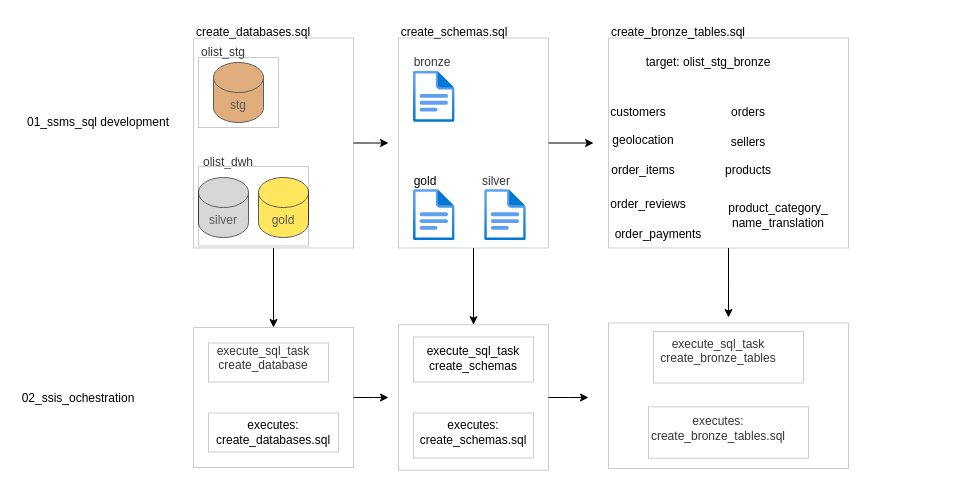
Rofhiwa-Muthivhi/olist_dwh_solution keeps this draw.io diagram as 02_documentation/ssis_flow.drawio. Above is the earlier version. Source tidied: cells renumbered, new cells numbered last; positions are measured from the earlier drawing's top-left corner, leaving out a move shared by most shapes. Both pictures are drawn from the tidied source at 100%, with x=0, y=0 at pixel (18, 17).
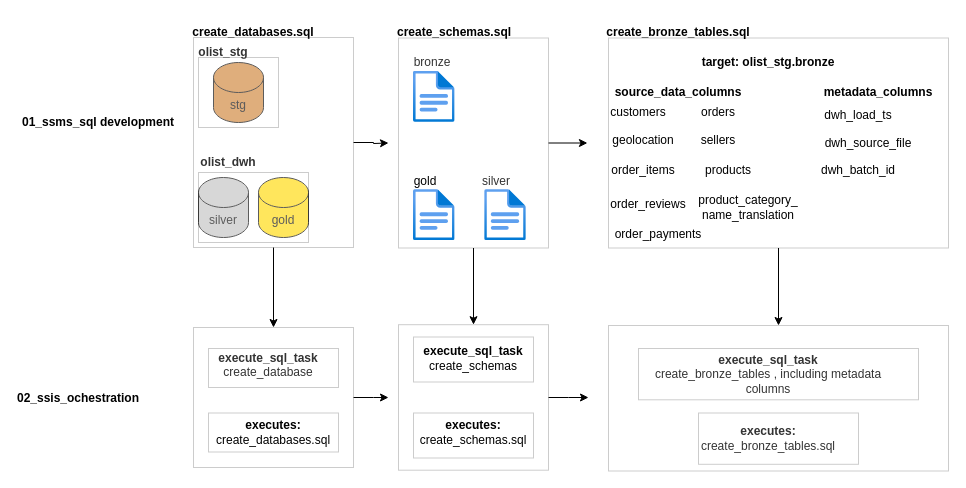
After the change.

Commit message (it also covers changes not shown here):
Update ssis workflow diagram to include bronze metadata columns.

What changed in the source:
```diff
@@
-    <mxCell id="4" value="olist_stg" style="text;html=1;whiteSpace=wrap;strokeColor=none;fillColor=none;align=center;verticalAlign=middle;rounded=0;" parent="1" vertex="1">
+    <mxCell id="4" value="&lt;b&gt;olist_stg&lt;/b&gt;" style="text;html=1;whiteSpace=wrap;strokeColor=none;fillColor=none;align=center;verticalAlign=middle;rounded=0;" parent="1" vertex="1">
       <mxGeometry x="175" y="20" width="60" height="30" as="geometry" />
     </mxCell>
@@
-    <mxCell id="8" value="olist_dwh" style="text;html=1;whiteSpace=wrap;strokeColor=none;fillColor=none;align=center;verticalAlign=middle;rounded=0;" parent="1" vertex="1">
+    <mxCell id="8" value="&lt;b&gt;olist_dwh&lt;/b&gt;" style="text;html=1;whiteSpace=wrap;strokeColor=none;fillColor=none;align=center;verticalAlign=middle;rounded=0;" parent="1" vertex="1">
       <mxGeometry x="180" y="130" width="60" height="30" as="geometry" />
     </mxCell>
-    <mxCell id="9" value="01_ssms_sql development" style="text;html=1;whiteSpace=wrap;strokeColor=none;fillColor=none;align=center;verticalAlign=middle;rounded=0;" parent="1" vertex="1">
+    <mxCell id="9" value="&lt;b&gt;01_ssms_sql development&lt;/b&gt;" style="text;html=1;whiteSpace=wrap;strokeColor=none;fillColor=none;align=center;verticalAlign=middle;rounded=0;" parent="1" vertex="1">
       <mxGeometry y="90" width="160" height="30" as="geometry" />
     </mxCell>
-    <mxCell id="10" value="create_databases.sql" style="text;html=1;whiteSpace=wrap;strokeColor=none;fillColor=none;align=center;verticalAlign=middle;rounded=0;" parent="1" vertex="1">
+    <mxCell id="10" value="&lt;b&gt;create_databases.sql&lt;/b&gt;" style="text;html=1;whiteSpace=wrap;strokeColor=none;fillColor=none;align=center;verticalAlign=middle;rounded=0;" parent="1" vertex="1">
       <mxGeometry x="205" width="60" height="30" as="geometry" />
     </mxCell>
-    <mxCell id="11" value="create_schemas.sql" style="text;html=1;whiteSpace=wrap;strokeColor=none;fillColor=none;align=center;verticalAlign=middle;rounded=0;" parent="1" vertex="1">
+    <mxCell id="11" value="&lt;b&gt;create_schemas.sql&lt;/b&gt;" style="text;html=1;whiteSpace=wrap;strokeColor=none;fillColor=none;align=center;verticalAlign=middle;rounded=0;" parent="1" vertex="1">
       <mxGeometry x="406.2" width="60" height="30" as="geometry" />
     </mxCell>
@@
     <mxCell id="14" style="rounded=0;whiteSpace=wrap;html=1;opacity=20;opacityGroup=1;" parent="1" vertex="1">
-      <mxGeometry x="175" y="20.5" width="160" height="210" as="geometry" />
+      <mxGeometry x="175" y="20" width="160" height="210" as="geometry" />
     </mxCell>
     <mxCell id="15" style="rounded=0;whiteSpace=wrap;html=1;opacity=20;opacityGroup=1;" parent="1" vertex="1">
-      <mxGeometry x="180" y="149" width="110" height="79.5" as="geometry" />
+      <mxGeometry x="180" y="155" width="110" height="70" as="geometry" />
     </mxCell>
@@
-    <mxCell id="21" value="02_ssis_ochestration" style="text;html=1;whiteSpace=wrap;strokeColor=none;fillColor=none;align=center;verticalAlign=middle;rounded=0;" parent="1" vertex="1">
+    <mxCell id="21" value="&lt;b&gt;02_ssis_ochestration&lt;/b&gt;" style="text;html=1;whiteSpace=wrap;strokeColor=none;fillColor=none;align=center;verticalAlign=middle;rounded=0;" parent="1" vertex="1">
       <mxGeometry x="30" y="365.5" width="60" height="30" as="geometry" />
     </mxCell>
@@
-    <mxCell id="24" value="execute_sql_task&lt;div&gt;create_database&lt;/div&gt;&lt;div&gt;&lt;br&gt;&lt;/div&gt;&lt;div&gt;&lt;br&gt;&lt;/div&gt;" style="text;html=1;whiteSpace=wrap;strokeColor=none;fillColor=none;align=center;verticalAlign=middle;rounded=0;" parent="1" vertex="1">
-      <mxGeometry x="200" y="340" width="90" height="30" as="geometry" />
+    <mxCell id="24" value="&lt;b&gt;execute_sql_task&lt;/b&gt;&lt;div&gt;create_database&lt;/div&gt;&lt;div&gt;&lt;br&gt;&lt;/div&gt;&lt;div&gt;&lt;br&gt;&lt;/div&gt;" style="text;html=1;whiteSpace=wrap;strokeColor=none;fillColor=none;align=center;verticalAlign=middle;rounded=0;" parent="1" vertex="1">
+      <mxGeometry x="205" y="346.8" width="90" height="30" as="geometry" />
     </mxCell>
     <mxCell id="25" style="rounded=0;whiteSpace=wrap;html=1;opacity=20;opacityGroup=1;" parent="1" vertex="1">
-      <mxGeometry x="190" y="325.5" width="120" height="39" as="geometry" />
+      <mxGeometry x="190" y="331" width="130" height="39" as="geometry" />
     </mxCell>
@@
-    <mxCell id="27" value="executes:&lt;div&gt;create_databases.sql&lt;/div&gt;" style="text;html=1;whiteSpace=wrap;strokeColor=none;fillColor=none;align=center;verticalAlign=middle;rounded=0;" parent="1" vertex="1">
+    <mxCell id="27" value="&lt;b&gt;executes:&lt;/b&gt;&lt;div&gt;create_databases.sql&lt;/div&gt;" style="text;html=1;whiteSpace=wrap;strokeColor=none;fillColor=none;align=center;verticalAlign=middle;rounded=0;" parent="1" vertex="1">
       <mxGeometry x="225" y="400" width="60" height="30" as="geometry" />
     </mxCell>
@@
-    <mxCell id="32" value="execute_sql_task&lt;div&gt;create_schemas&lt;/div&gt;" style="text;html=1;whiteSpace=wrap;strokeColor=none;fillColor=none;align=center;verticalAlign=middle;rounded=0;" parent="1" vertex="1">
+    <mxCell id="32" value="&lt;b&gt;execute_sql_task&lt;/b&gt;&lt;div&gt;create_schemas&lt;/div&gt;" style="text;html=1;whiteSpace=wrap;strokeColor=none;fillColor=none;align=center;verticalAlign=middle;rounded=0;" parent="1" vertex="1">
       <mxGeometry x="425" y="325.5" width="60" height="30" as="geometry" />
     </mxCell>
-    <mxCell id="33" value="executes:&lt;div&gt;create_schemas.sql&lt;/div&gt;" style="text;html=1;whiteSpace=wrap;strokeColor=none;fillColor=none;align=center;verticalAlign=middle;rounded=0;" parent="1" vertex="1">
+    <mxCell id="33" value="&lt;b&gt;executes:&lt;/b&gt;&lt;div&gt;create_schemas.sql&lt;/div&gt;" style="text;html=1;whiteSpace=wrap;strokeColor=none;fillColor=none;align=center;verticalAlign=middle;rounded=0;" parent="1" vertex="1">
       <mxGeometry x="425" y="400" width="60" height="30" as="geometry" />
     </mxCell>
@@
-    <mxCell id="36" style="edgeStyle=orthogonalEdgeStyle;rounded=0;jettySize=auto;html=1;defaultLabelBackgroundColor=page;" parent="1" edge="1" source="37">
-      <mxGeometry relative="1" as="geometry">
-        <mxPoint x="710" y="300" as="targetPoint" />
-      </mxGeometry>
-    </mxCell>
+    <mxCell id="55" style="edgeStyle=orthogonalEdgeStyle;rounded=0;jettySize=auto;html=1;defaultLabelBackgroundColor=page;" parent="1" edge="1" source="37" target="38">
+      <mxGeometry relative="1" as="geometry" />
+    </mxCell>
     <mxCell id="37" style="rounded=0;whiteSpace=wrap;html=1;opacity=20;opacityGroup=1;" parent="1" vertex="1">
-      <mxGeometry x="590" y="20.5" width="240" height="210" as="geometry" />
+      <mxGeometry x="590" y="20.5" width="340" height="210" as="geometry" />
     </mxCell>
     <mxCell id="38" style="rounded=0;whiteSpace=wrap;html=1;opacity=20;opacityGroup=1;" parent="1" vertex="1">
-      <mxGeometry x="590" y="305.5" width="240" height="145.5" as="geometry" />
+      <mxGeometry x="590" y="308" width="340" height="145.5" as="geometry" />
     </mxCell>
@@
-    <mxCell id="40" value="create_bronze_tables.sql" style="text;html=1;whiteSpace=wrap;strokeColor=none;fillColor=none;align=center;verticalAlign=middle;rounded=0;" parent="1" vertex="1">
+    <mxCell id="40" value="&lt;b&gt;create_bronze_tables.sql&lt;/b&gt;" style="text;html=1;whiteSpace=wrap;strokeColor=none;fillColor=none;align=center;verticalAlign=middle;rounded=0;" parent="1" vertex="1">
       <mxGeometry x="630" width="60" height="30" as="geometry" />
     </mxCell>
@@
     <mxCell id="43" value="orders" style="text;html=1;whiteSpace=wrap;strokeColor=none;fillColor=none;align=center;verticalAlign=middle;rounded=0;" parent="1" vertex="1">
-      <mxGeometry x="700" y="80" width="60" height="30" as="geometry" />
+      <mxGeometry x="670" y="80" width="60" height="30" as="geometry" />
     </mxCell>
@@
     <mxCell id="45" value="products" style="text;html=1;whiteSpace=wrap;strokeColor=none;fillColor=none;align=center;verticalAlign=middle;rounded=0;" parent="1" vertex="1">
-      <mxGeometry x="700" y="138" width="60" height="30" as="geometry" />
+      <mxGeometry x="680" y="138" width="60" height="30" as="geometry" />
     </mxCell>
@@
     <mxCell id="47" value="sellers" style="text;html=1;whiteSpace=wrap;strokeColor=none;fillColor=none;align=center;verticalAlign=middle;rounded=0;" parent="1" vertex="1">
-      <mxGeometry x="700" y="110" width="60" height="30" as="geometry" />
+      <mxGeometry x="670" y="108" width="60" height="30" as="geometry" />
     </mxCell>
     <mxCell id="48" value="product_category_&lt;div&gt;name_translation&lt;/div&gt;" style="text;html=1;whiteSpace=wrap;strokeColor=none;fillColor=none;align=center;verticalAlign=middle;rounded=0;" parent="1" vertex="1">
-      <mxGeometry x="730" y="182.7" width="60" height="30" as="geometry" />
+      <mxGeometry x="700" y="175" width="60" height="30" as="geometry" />
     </mxCell>
@@
-    <mxCell id="50" value="execute_sql_task&lt;div&gt;create_bronze_tables&lt;br&gt;&lt;div&gt;&lt;br&gt;&lt;/div&gt;&lt;/div&gt;" style="text;html=1;whiteSpace=wrap;strokeColor=none;fillColor=none;align=center;verticalAlign=middle;rounded=0;" parent="1" vertex="1">
-      <mxGeometry x="670" y="325.5" width="60" height="30" as="geometry" />
+    <mxCell id="50" value="&lt;b&gt;execute_sql_task&lt;/b&gt;&lt;div&gt;create_bronze_tables , including metadata columns&lt;/div&gt;" style="text;html=1;whiteSpace=wrap;strokeColor=none;fillColor=none;align=center;verticalAlign=middle;rounded=0;" parent="1" vertex="1">
+      <mxGeometry x="620" y="341.7" width="260" height="30" as="geometry" />
     </mxCell>
-    <mxCell id="51" value="executes:&lt;div&gt;create_bronze_tables.sql&lt;/div&gt;" style="text;html=1;whiteSpace=wrap;strokeColor=none;fillColor=none;align=center;verticalAlign=middle;rounded=0;" parent="1" vertex="1">
-      <mxGeometry x="670" y="395.5" width="60" height="30" as="geometry" />
+    <mxCell id="51" value="&lt;b&gt;executes:&lt;/b&gt;&lt;div&gt;create_bronze_tables.sql&lt;/div&gt;" style="text;html=1;whiteSpace=wrap;strokeColor=none;fillColor=none;align=center;verticalAlign=middle;rounded=0;" parent="1" vertex="1">
+      <mxGeometry x="720" y="406.2" width="60" height="30" as="geometry" />
     </mxCell>
     <mxCell id="52" style="rounded=0;whiteSpace=wrap;html=1;opacity=20;opacityGroup=1;" parent="1" vertex="1">
-      <mxGeometry x="630" y="389.3" width="160" height="51.3" as="geometry" />
+      <mxGeometry x="680" y="395.5" width="160" height="51.3" as="geometry" />
     </mxCell>
     <mxCell id="53" style="rounded=0;whiteSpace=wrap;html=1;opacity=20;opacityGroup=1;" parent="1" vertex="1">
-      <mxGeometry x="635" y="314.2" width="150" height="51.3" as="geometry" />
+      <mxGeometry x="620" y="331" width="280" height="51.3" as="geometry" />
     </mxCell>
-    <mxCell id="54" value="target: olist_stg_bronze" style="text;html=1;whiteSpace=wrap;strokeColor=none;fillColor=none;align=center;verticalAlign=middle;rounded=0;" parent="1" vertex="1">
-      <mxGeometry x="610" y="30" width="160" height="30" as="geometry" />
+    <mxCell id="54" value="&lt;b&gt;target: olist_stg.bronze&lt;/b&gt;" style="text;html=1;whiteSpace=wrap;strokeColor=none;fillColor=none;align=center;verticalAlign=middle;rounded=0;" parent="1" vertex="1">
+      <mxGeometry x="670" y="30" width="160" height="30" as="geometry" />
     </mxCell>
+    <mxCell id="56" value="&lt;b&gt;source_data_columns&lt;/b&gt;" style="text;html=1;whiteSpace=wrap;strokeColor=none;fillColor=none;align=center;verticalAlign=middle;rounded=0;" parent="1" vertex="1">
+      <mxGeometry x="630" y="60" width="60" height="30" as="geometry" />
+    </mxCell>
+    <mxCell id="57" value="&lt;b&gt;metadata_columns&lt;/b&gt;" style="text;html=1;whiteSpace=wrap;strokeColor=none;fillColor=none;align=center;verticalAlign=middle;rounded=0;" parent="1" vertex="1">
+      <mxGeometry x="830" y="60" width="60" height="30" as="geometry" />
+    </mxCell>
+    <mxCell id="58" value="dwh_load_ts&lt;div&gt;&lt;br&gt;&lt;/div&gt;" style="text;html=1;whiteSpace=wrap;strokeColor=none;fillColor=none;align=center;verticalAlign=middle;rounded=0;" parent="1" vertex="1">
+      <mxGeometry x="810" y="90" width="60" height="30" as="geometry" />
+    </mxCell>
+    <mxCell id="59" value="dwh_source_file" style="text;html=1;whiteSpace=wrap;strokeColor=none;fillColor=none;align=center;verticalAlign=middle;rounded=0;" parent="1" vertex="1">
+      <mxGeometry x="820" y="110.5" width="60" height="30" as="geometry" />
+    </mxCell>
+    <mxCell id="60" value="dwh_batch_id" style="text;html=1;whiteSpace=wrap;strokeColor=none;fillColor=none;align=center;verticalAlign=middle;rounded=0;" parent="1" vertex="1">
+      <mxGeometry x="810" y="138" width="60" height="30" as="geometry" />
+    </mxCell>
```
